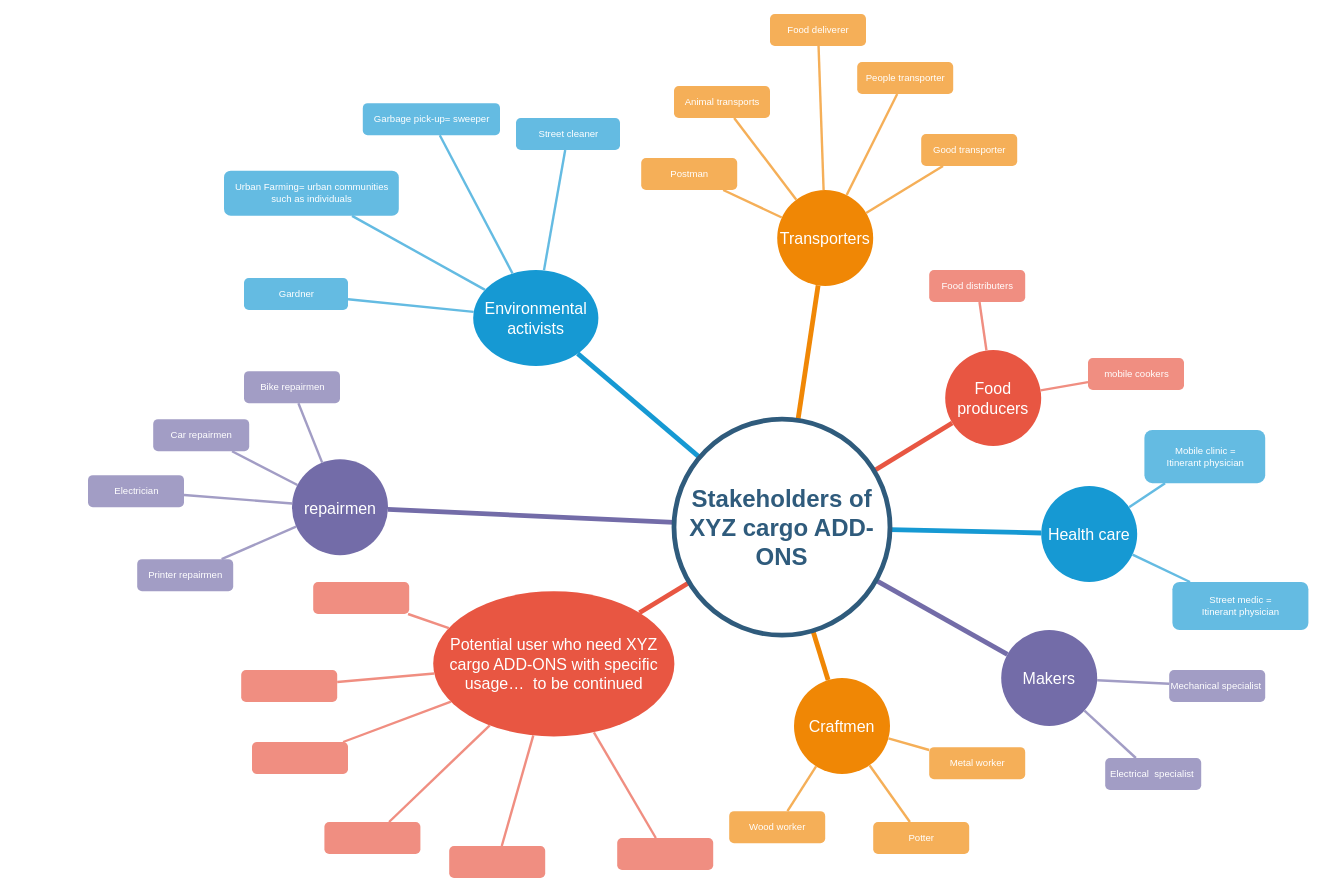
Before: Stakeholders.drawio in amerezoji1362/drawio-github, a draw.io diagram. Source tidied: cells renumbered, new cells numbered last; positions are measured from the earlier drawing's top-left corner, leaving out a move shared by most shapes. Both pictures are drawn from the tidied source at 80%, with x=0, y=0 at pixel (14, 14).
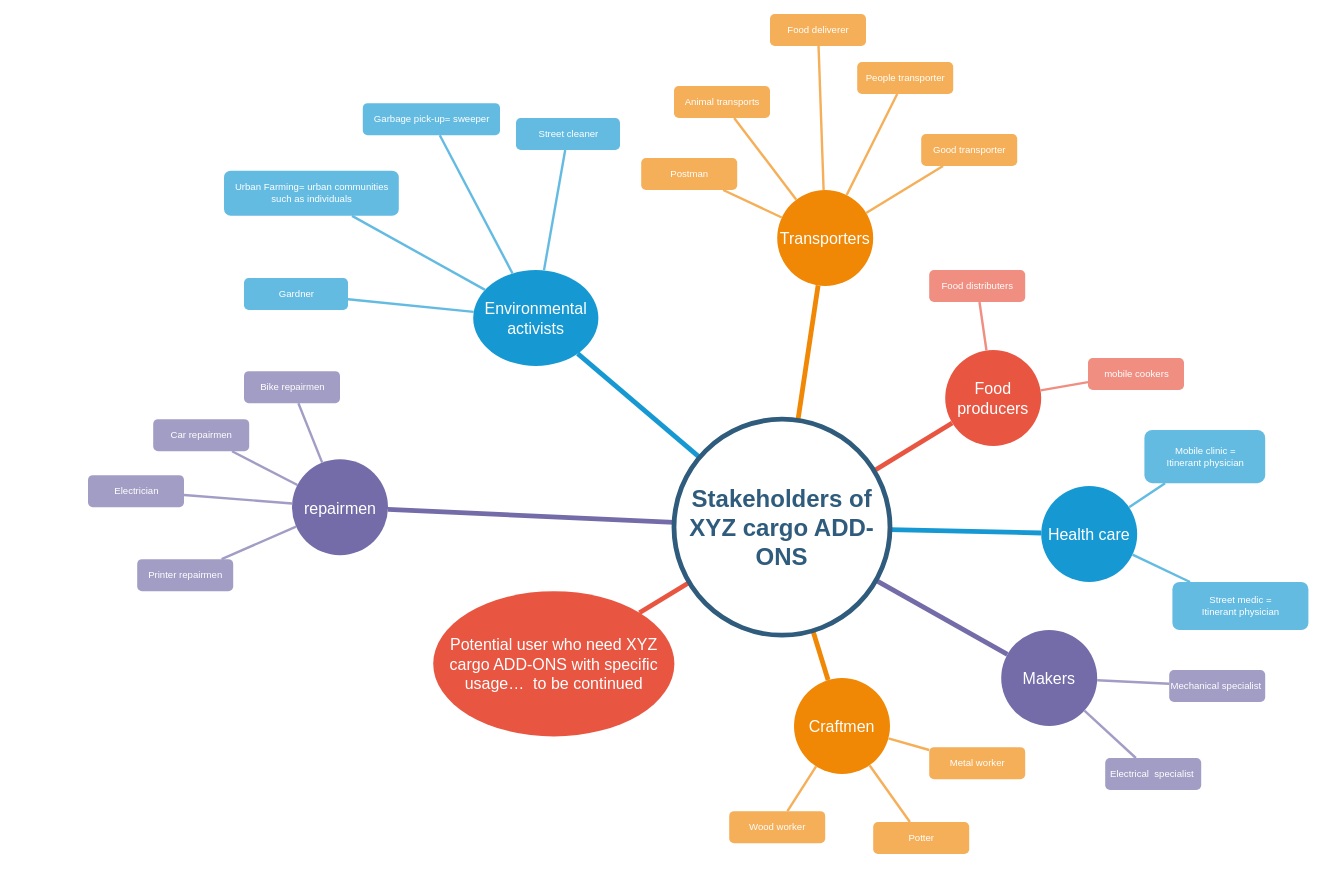
Above is the later version.

The change refers to these unchanged cells:
```xml
<mxCell id="8" value="Potential user who need XYZ cargo ADD-ONS with specific usage…&amp;nbsp; to be continued" style="ellipse;whiteSpace=wrap;html=1;shadow=0;fontFamily=Helvetica;fontSize=20;fontColor=#FFFFFF;align=center;strokeWidth=3;fillColor=#E85642;strokeColor=none;" parent="1" vertex="1">
  <mxGeometry x="523" y="721.5" width="301.5" height="181.5" as="geometry" />
</mxCell>
```

The edit, as a diff of the source:
```diff
@@
-    <mxCell id="53" style="rounded=1;fillColor=#f08e81;strokeColor=none;strokeWidth=3;shadow=0;html=1;fontColor=#FFFFFF;" parent="1" vertex="1">
-      <mxGeometry x="373" y="710" width="120" height="40" as="geometry" />
-    </mxCell>
-    <mxCell id="54" style="rounded=1;fillColor=#f08e81;strokeColor=none;strokeWidth=3;shadow=0;html=1;fontColor=#FFFFFF;" parent="1" vertex="1">
-      <mxGeometry x="283" y="820" width="120" height="40" as="geometry" />
-    </mxCell>
-    <mxCell id="55" style="rounded=1;fillColor=#f08e81;strokeColor=none;strokeWidth=3;shadow=0;html=1;fontColor=#FFFFFF;" parent="1" vertex="1">
-      <mxGeometry x="296.5" y="910" width="120" height="40" as="geometry" />
-    </mxCell>
-    <mxCell id="56" style="rounded=1;fillColor=#f08e81;strokeColor=none;strokeWidth=3;shadow=0;html=1;fontColor=#FFFFFF;" parent="1" vertex="1">
-      <mxGeometry x="387" y="1010" width="120" height="40" as="geometry" />
-    </mxCell>
-    <mxCell id="57" style="rounded=1;fillColor=#f08e81;strokeColor=none;strokeWidth=3;shadow=0;html=1;fontColor=#FFFFFF;" parent="1" vertex="1">
-      <mxGeometry x="543" y="1040" width="120" height="40" as="geometry" />
-    </mxCell>
-    <mxCell id="58" style="rounded=1;fillColor=#f08e81;strokeColor=none;strokeWidth=3;shadow=0;html=1;fontColor=#FFFFFF;" parent="1" vertex="1">
-      <mxGeometry x="753" y="1030" width="120" height="40" as="geometry" />
-    </mxCell>
-    <mxCell id="59" style="edgeStyle=none;endArrow=none;strokeWidth=3;strokeColor=#F08E81;html=1;" parent="1" edge="1" source="8" target="53">
-      <mxGeometry x="188.5" y="51.5" as="geometry" />
-    </mxCell>
-    <mxCell id="60" style="edgeStyle=none;endArrow=none;strokeWidth=3;strokeColor=#F08E81;html=1;" parent="1" edge="1" source="8" target="54">
-      <mxGeometry x="188.5" y="51.5" as="geometry" />
-    </mxCell>
-    <mxCell id="61" style="edgeStyle=none;endArrow=none;strokeWidth=3;strokeColor=#F08E81;html=1;" parent="1" edge="1" source="8" target="55">
-      <mxGeometry x="188.5" y="51.5" as="geometry" />
-    </mxCell>
-    <mxCell id="62" style="edgeStyle=none;endArrow=none;strokeWidth=3;strokeColor=#F08E81;html=1;" parent="1" edge="1" source="8" target="56">
-      <mxGeometry x="188.5" y="51.5" as="geometry" />
-    </mxCell>
-    <mxCell id="63" style="edgeStyle=none;endArrow=none;strokeWidth=3;strokeColor=#F08E81;html=1;" parent="1" edge="1" source="8" target="57">
-      <mxGeometry x="188.5" y="51.5" as="geometry" />
-    </mxCell>
-    <mxCell id="64" style="edgeStyle=none;endArrow=none;strokeWidth=3;strokeColor=#F08E81;html=1;" parent="1" edge="1" source="8" target="58">
-      <mxGeometry x="188.5" y="51.5" as="geometry" />
-    </mxCell>
```
